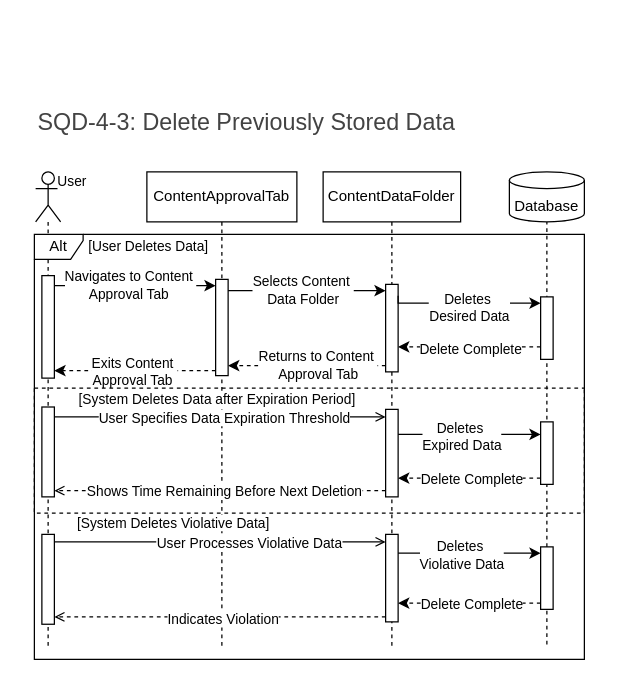
Before: SENG 321/SQD4-3.drawio in amirabdullahi1/gold, a draw.io diagram. Source tidied: cells renumbered, new cells numbered last; positions are measured from the earlier drawing's top-left corner, leaving out a move shared by most shapes. Both pictures are drawn from the tidied source at 125%, with x=0, y=0 at pixel (34, 71).
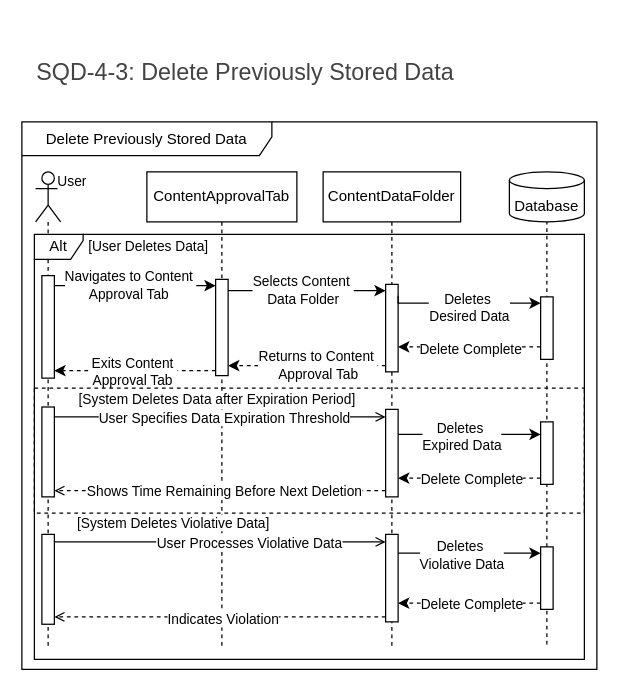
After the change.

Diff of the diagram source:
```diff
@@
     <mxCell id="46" value="&lt;b style=&quot;font-weight:normal;&quot; id=&quot;docs-internal-guid-be325c11-7fff-dd52-29ce-4bda0e180789&quot;&gt;&lt;h3 dir=&quot;ltr&quot; style=&quot;line-height:1.38;margin-top:16pt;margin-bottom:4pt;&quot;&gt;&lt;span style=&quot;font-size:13.999999999999998pt;font-family:Arial,sans-serif;color:#434343;background-color:transparent;font-weight:400;font-style:normal;font-variant:normal;text-decoration:none;vertical-align:baseline;white-space:pre;white-space:pre-wrap;&quot;&gt;SQD-4-3: Delete Previously Stored Data&amp;nbsp;&lt;/span&gt;&lt;/h3&gt;&lt;/b&gt;" style="text;whiteSpace=wrap;html=1;" parent="1" vertex="1">
-      <mxGeometry x="1" width="370" height="80" as="geometry" />
+      <mxGeometry y="-40" width="370" height="80" as="geometry" />
     </mxCell>
@@
+    <mxCell id="57" value="Delete Previously Stored Data" style="shape=umlFrame;whiteSpace=wrap;html=1;width=200;height=27;fixDash=0;backgroundOutline=0;" parent="1" vertex="1">
+      <mxGeometry x="-10" y="40" width="460" height="438" as="geometry" />
+    </mxCell>
```
